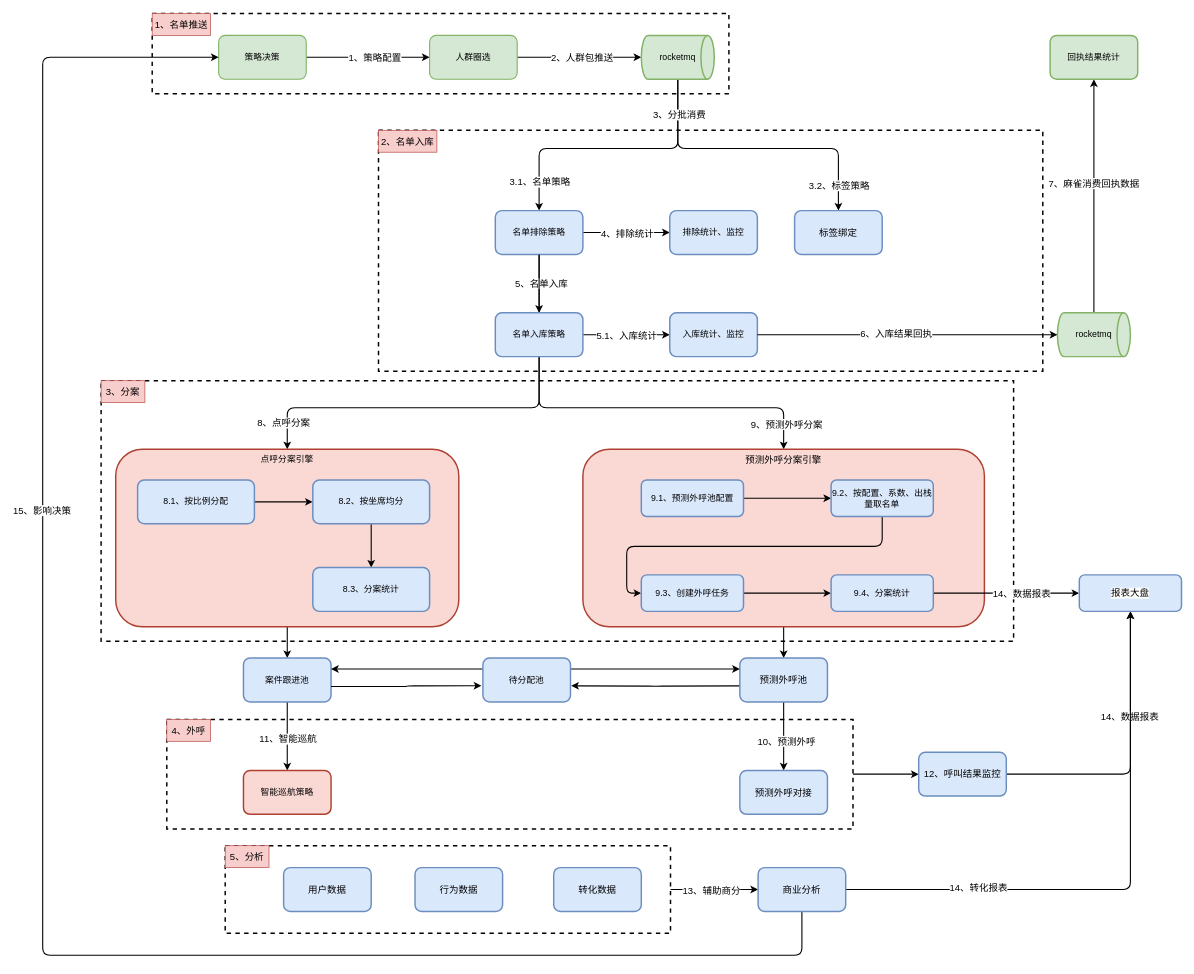
yuanlj-tea/picgo keeps this draw.io diagram as 电销系统运行架构图.drawio. Above is the earlier version. Source tidied: cells renumbered, new cells numbered last; positions are measured from the earlier drawing's top-left corner, leaving out a move shared by most shapes. Both pictures are drawn from the tidied source at 73%, with x=0, y=0 at pixel (42, 13).
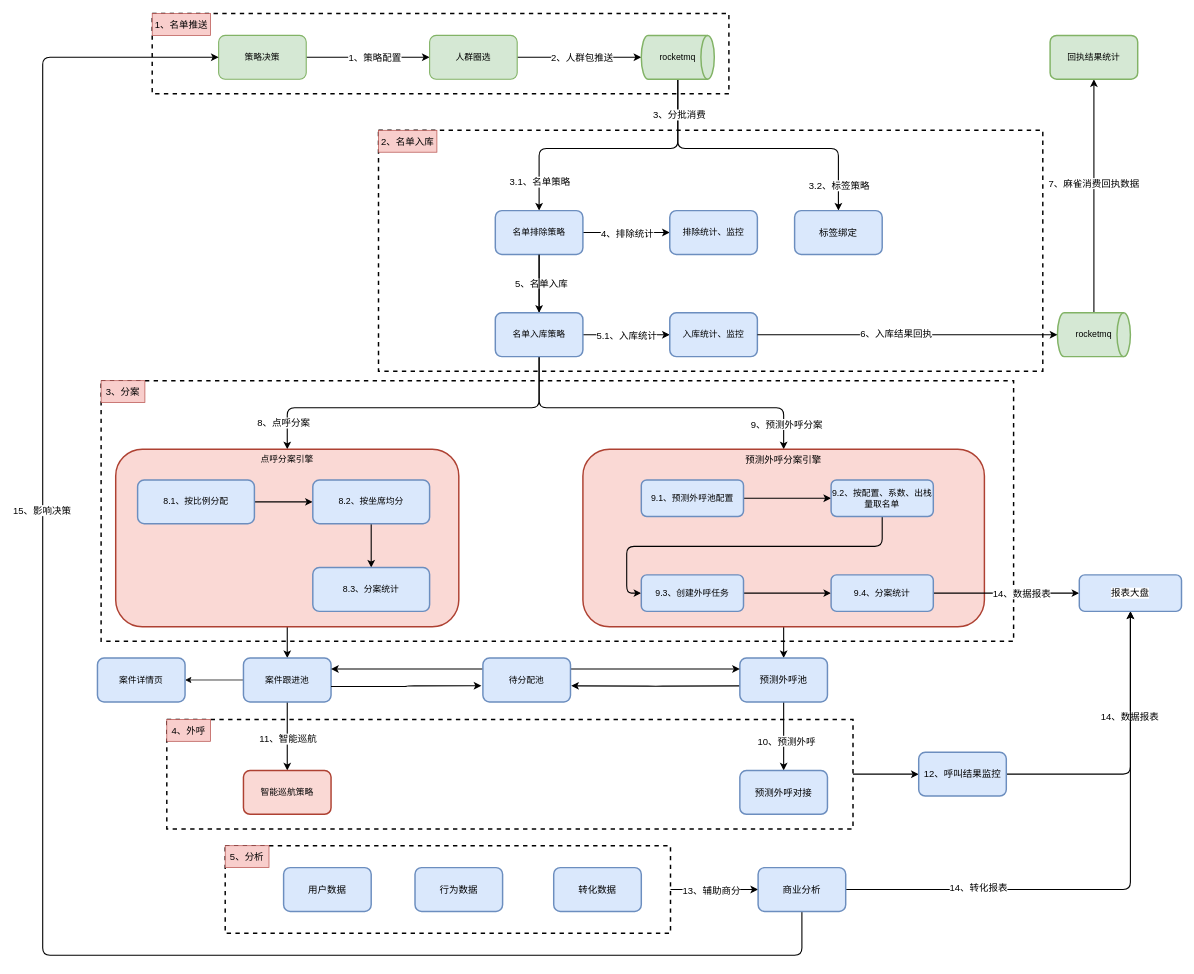
The same diagram, later.

Commit message:
更新电销系统运行架构图.drawio

The change refers to these unchanged cells:
```xml
<mxCell id="51" value="案件跟进池" style="whiteSpace=wrap;html=1;fillColor=#dae8fc;strokeColor=#6c8ebf;strokeWidth=2;rounded=1;" parent="1" vertex="1">
  <mxGeometry x="275" y="883" width="120" height="60" as="geometry" />
</mxCell>
```

Diff of the diagram source:
```diff
@@
+    <mxCell id="91" style="edgeStyle=orthogonalEdgeStyle;rounded=0;jettySize=auto;html=1;" parent="1" edge="1" source="51" target="92">
+      <mxGeometry relative="1" as="geometry" />
+    </mxCell>
@@
+    <mxCell id="92" value="案件详情页" style="whiteSpace=wrap;html=1;fillColor=#dae8fc;strokeColor=#6c8ebf;strokeWidth=2;rounded=1;" parent="1" vertex="1">
+      <mxGeometry x="75" y="883" width="120" height="60" as="geometry" />
+    </mxCell>
```
